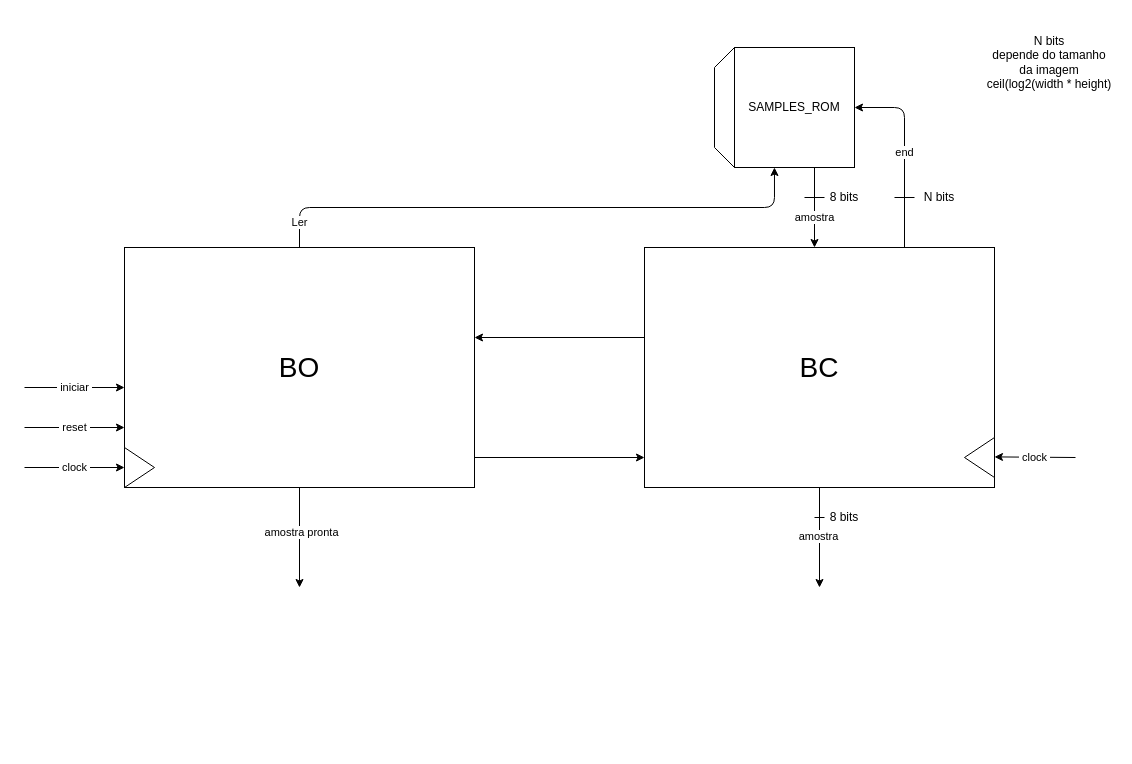
Before: diagrams/bo_bc.drawio in matheushpmoreira/convolution_module, a draw.io diagram. Source tidied: cells renumbered, new cells numbered last; positions are measured from the earlier drawing's top-left corner, leaving out a move shared by most shapes. Both pictures are drawn from the tidied source at 100%, with x=0, y=0 at pixel (24, 17).
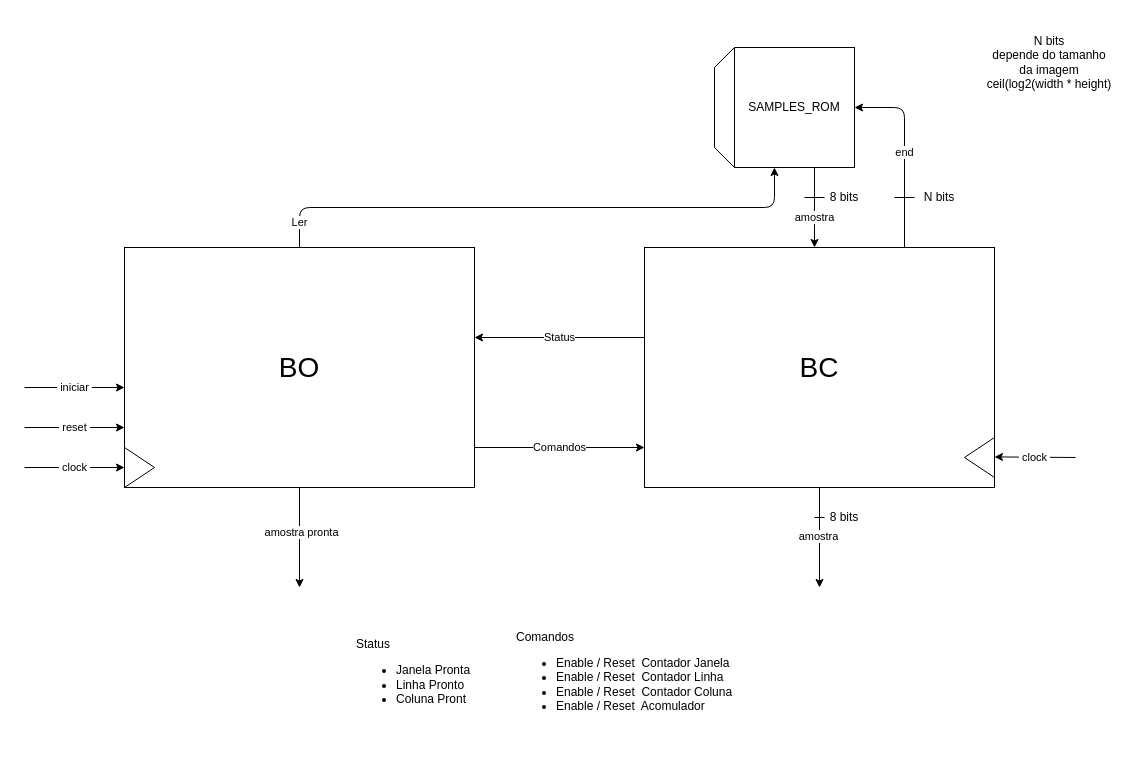
The same diagram, later.

The edit, as a diff of the source:
```diff
@@
-    <mxCell id="2" style="edgeStyle=none;html=1;entryX=0;entryY=0.5;entryDx=0;entryDy=0;" parent="1" edge="1">
+    <mxCell id="2" value="Comandos" style="edgeStyle=none;html=1;entryX=0;entryY=0.5;entryDx=0;entryDy=0;" parent="1" edge="1">
       <mxGeometry relative="1" as="geometry">
-        <mxPoint x="450" y="440" as="sourcePoint" />
-        <mxPoint x="620" y="440" as="targetPoint" />
+        <mxPoint x="450" y="430" as="sourcePoint" />
+        <mxPoint x="620" y="430" as="targetPoint" />
       </mxGeometry>
     </mxCell>
@@
-    <mxCell id="7" style="edgeStyle=none;html=1;entryX=1;entryY=0.5;entryDx=0;entryDy=0;" parent="1" edge="1">
+    <mxCell id="7" value="Status" style="edgeStyle=none;html=1;entryX=1;entryY=0.5;entryDx=0;entryDy=0;" parent="1" edge="1">
       <mxGeometry relative="1" as="geometry">
         <mxPoint x="620" y="320" as="sourcePoint" />
         <mxPoint x="450" y="320" as="targetPoint" />
       </mxGeometry>
     </mxCell>
@@
+    <mxCell id="29" value="Status&lt;div&gt;&lt;ul&gt;&lt;li&gt;Janela Pronta&lt;/li&gt;&lt;li&gt;Linha Pronto&lt;/li&gt;&lt;li&gt;Coluna Pront&lt;/li&gt;&lt;/ul&gt;&lt;/div&gt;" style="text;html=1;align=left;verticalAlign=middle;whiteSpace=wrap;rounded=0;" parent="1" vertex="1">
+      <mxGeometry x="330" y="590" width="220" height="140" as="geometry" />
+    </mxCell>
+    <mxCell id="30" value="Comandos&lt;div&gt;&lt;ul&gt;&lt;li&gt;Enable / Reset&amp;nbsp; Contador Janela&lt;/li&gt;&lt;li&gt;Enable / Reset&amp;nbsp; Contador Linha&lt;/li&gt;&lt;li&gt;Enable / Reset&amp;nbsp; Contador Coluna&lt;/li&gt;&lt;li&gt;Enable / Reset&amp;nbsp; Acomulador&lt;span style=&quot;white-space: pre;&quot;&gt;&#9;&lt;/span&gt;&lt;/li&gt;&lt;/ul&gt;&lt;/div&gt;" style="text;html=1;align=left;verticalAlign=middle;whiteSpace=wrap;rounded=0;" parent="1" vertex="1">
+      <mxGeometry x="490" y="590" width="220" height="140" as="geometry" />
+    </mxCell>
```
